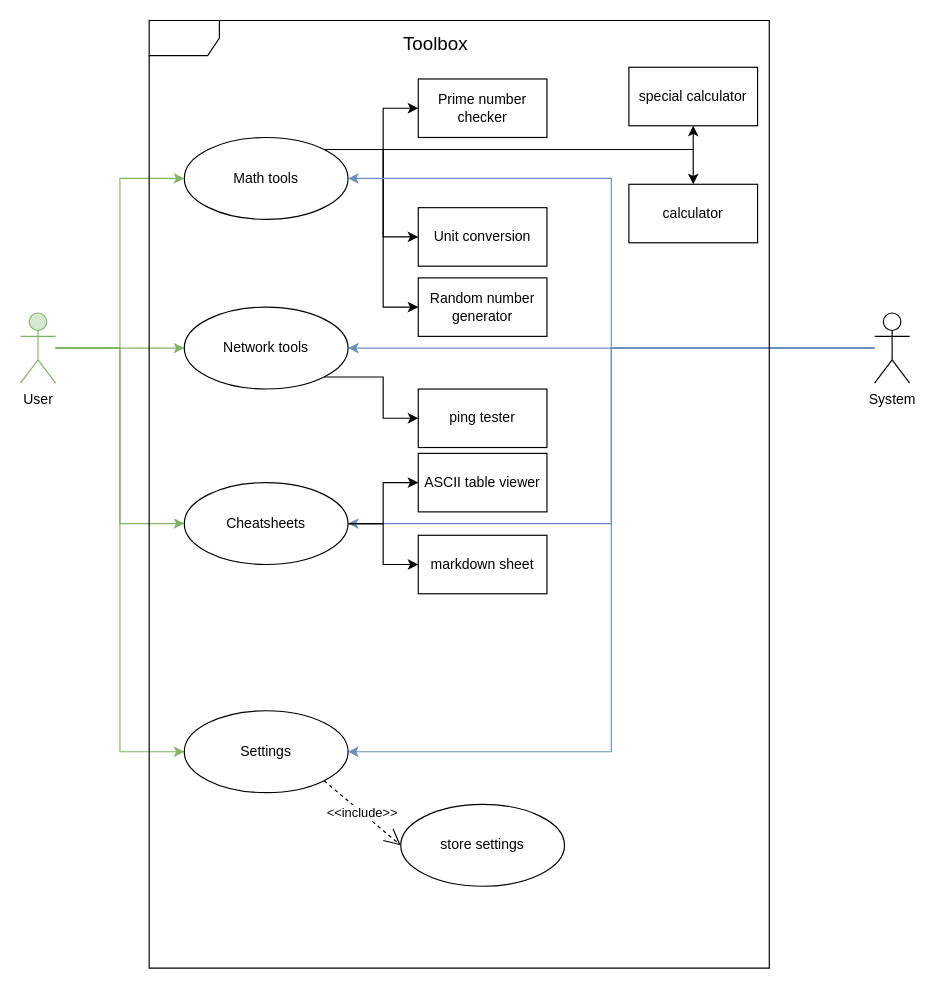
Before: Material/usecase-Toolbox.drawio in Lonimokio/Toolbox, a draw.io diagram. Source tidied: cells renumbered, new cells numbered last; positions are measured from the earlier drawing's top-left corner, leaving out a move shared by most shapes. Both pictures are drawn from the tidied source at 117%, with x=0, y=0 at pixel (20, 20).
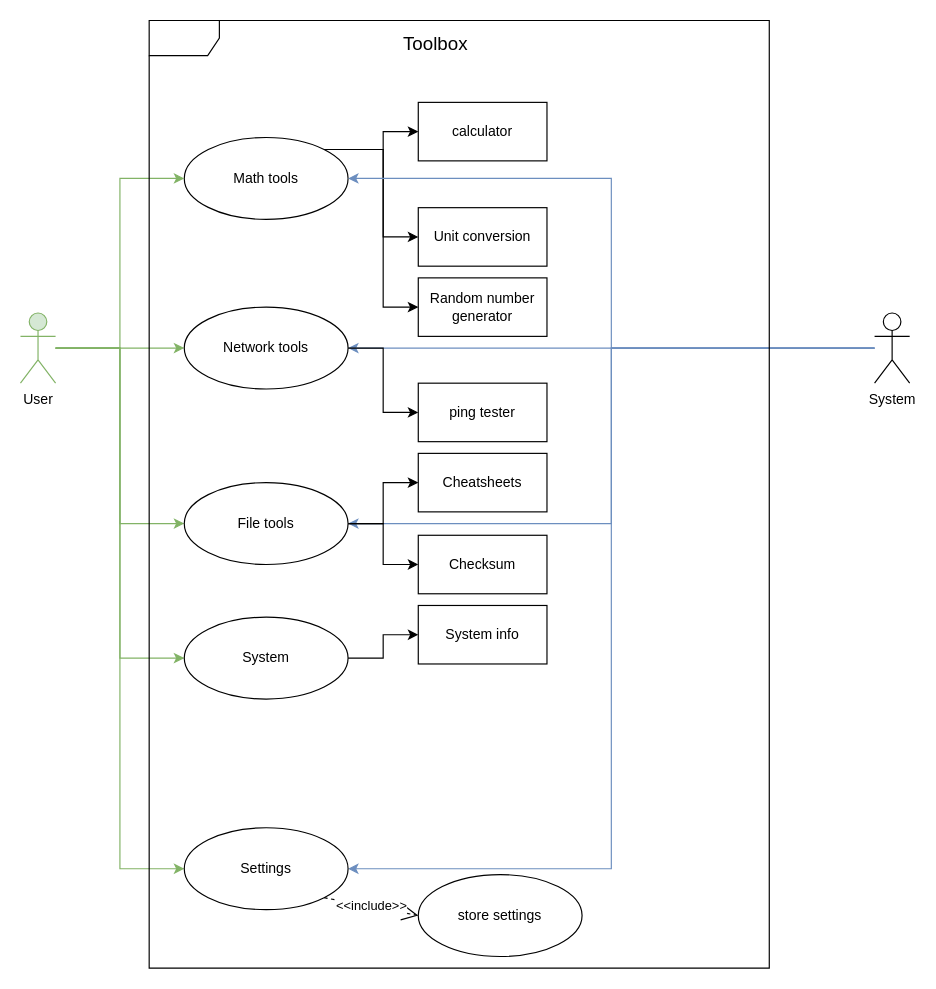
Above is the later version.

The change refers to these unchanged cells:
```xml
<mxCell id="5" value="User" style="shape=umlActor;verticalLabelPosition=bottom;verticalAlign=top;html=1;outlineConnect=0;fillColor=#d5e8d4;strokeColor=#82b366;" parent="1" vertex="1">
  <mxGeometry y="250" width="30" height="60" as="geometry" />
</mxCell>
<mxCell id="11" value="Math tools" style="ellipse;whiteSpace=wrap;html=1;" parent="1" vertex="1">
  <mxGeometry x="140" y="100" width="140" height="70" as="geometry" />
</mxCell>
<mxCell id="27" value="Network tools" style="ellipse;whiteSpace=wrap;html=1;" parent="1" vertex="1">
  <mxGeometry x="140" y="245" width="140" height="70" as="geometry" />
</mxCell>
```

The edit, as a diff of the source:
```diff
@@
+    <mxCell id="36" style="edgeStyle=orthogonalEdgeStyle;rounded=0;jettySize=auto;html=1;entryX=0;entryY=0.5;entryDx=0;entryDy=0;fillColor=#d5e8d4;strokeColor=#82b366;" parent="1" edge="1" source="5" target="38">
+      <mxGeometry relative="1" as="geometry" />
+    </mxCell>
@@
-    <mxCell id="7" style="edgeStyle=orthogonalEdgeStyle;rounded=0;jettySize=auto;html=1;exitX=1;exitY=0;exitDx=0;exitDy=0;" parent="1" edge="1" source="11" target="21">
-      <mxGeometry relative="1" as="geometry" />
-    </mxCell>
@@
-    <mxCell id="10" style="edgeStyle=orthogonalEdgeStyle;rounded=0;jettySize=auto;html=1;entryX=0;entryY=0.5;entryDx=0;entryDy=0;exitX=1;exitY=0;exitDx=0;exitDy=0;" parent="1" edge="1" source="11" target="34">
-      <mxGeometry relative="1" as="geometry" />
-    </mxCell>
@@
     <mxCell id="17" value="Settings" style="ellipse;whiteSpace=wrap;html=1;" parent="1" vertex="1">
-      <mxGeometry x="140" y="590" width="140" height="70" as="geometry" />
+      <mxGeometry x="140" y="690" width="140" height="70" as="geometry" />
     </mxCell>
@@
     <mxCell id="19" value="calculator" style="html=1;whiteSpace=wrap;" parent="1" vertex="1">
-      <mxGeometry x="520" y="140" width="110" height="50" as="geometry" />
+      <mxGeometry x="340" y="70" width="110" height="50" as="geometry" />
     </mxCell>
-    <mxCell id="20" style="edgeStyle=orthogonalEdgeStyle;rounded=0;jettySize=auto;html=1;exitX=1;exitY=0;exitDx=0;exitDy=0;entryX=0.5;entryY=0;entryDx=0;entryDy=0;" parent="1" edge="1" source="11" target="19">
+    <mxCell id="20" style="edgeStyle=orthogonalEdgeStyle;rounded=0;jettySize=auto;html=1;exitX=1;exitY=0;exitDx=0;exitDy=0;entryX=0;entryY=0.5;entryDx=0;entryDy=0;" parent="1" edge="1" source="11" target="19">
       <mxGeometry relative="1" as="geometry" />
     </mxCell>
-    <mxCell id="21" value="special calculator" style="html=1;whiteSpace=wrap;" parent="1" vertex="1">
-      <mxGeometry x="520" y="40" width="110" height="50" as="geometry" />
-    </mxCell>
@@
     <mxCell id="24" value="store settings" style="ellipse;whiteSpace=wrap;html=1;" parent="1" vertex="1">
-      <mxGeometry x="325" y="670" width="140" height="70" as="geometry" />
+      <mxGeometry x="340" y="730" width="140" height="70" as="geometry" />
     </mxCell>
@@
-    <mxCell id="26" style="edgeStyle=orthogonalEdgeStyle;rounded=0;jettySize=auto;html=1;entryX=0;entryY=0.5;entryDx=0;entryDy=0;exitX=1;exitY=1;exitDx=0;exitDy=0;" parent="1" edge="1" source="27" target="28">
+    <mxCell id="26" style="edgeStyle=orthogonalEdgeStyle;rounded=0;jettySize=auto;html=1;entryX=0;entryY=0.5;entryDx=0;entryDy=0;exitX=1;exitY=0.5;exitDx=0;exitDy=0;" parent="1" edge="1" source="27" target="28">
       <mxGeometry relative="1" as="geometry" />
     </mxCell>
@@
     <mxCell id="28" value="ping tester" style="html=1;whiteSpace=wrap;" parent="1" vertex="1">
-      <mxGeometry x="340" y="315" width="110" height="50" as="geometry" />
+      <mxGeometry x="340" y="310" width="110" height="50" as="geometry" />
     </mxCell>
@@
-    <mxCell id="32" value="Cheatsheets" style="ellipse;whiteSpace=wrap;html=1;" parent="1" vertex="1">
+    <mxCell id="32" value="File tools" style="ellipse;whiteSpace=wrap;html=1;" parent="1" vertex="1">
       <mxGeometry x="140" y="395" width="140" height="70" as="geometry" />
     </mxCell>
-    <mxCell id="33" value="ASCII table viewer" style="html=1;whiteSpace=wrap;" parent="1" vertex="1">
+    <mxCell id="33" value="Cheatsheets" style="html=1;whiteSpace=wrap;" parent="1" vertex="1">
       <mxGeometry x="340" y="370" width="110" height="50" as="geometry" />
     </mxCell>
-    <mxCell id="34" value="Prime number checker" style="html=1;whiteSpace=wrap;" parent="1" vertex="1">
-      <mxGeometry x="340" y="50" width="110" height="50" as="geometry" />
-    </mxCell>
-    <mxCell id="35" value="markdown sheet" style="html=1;whiteSpace=wrap;" parent="1" vertex="1">
+    <mxCell id="35" value="Checksum" style="html=1;whiteSpace=wrap;" parent="1" vertex="1">
       <mxGeometry x="340" y="440" width="110" height="50" as="geometry" />
     </mxCell>
+    <mxCell id="37" style="edgeStyle=orthogonalEdgeStyle;rounded=0;jettySize=auto;html=1;entryX=0;entryY=0.5;entryDx=0;entryDy=0;" parent="1" edge="1" source="38" target="39">
+      <mxGeometry relative="1" as="geometry" />
+    </mxCell>
+    <mxCell id="38" value="System" style="ellipse;whiteSpace=wrap;html=1;" parent="1" vertex="1">
+      <mxGeometry x="140" y="510" width="140" height="70" as="geometry" />
+    </mxCell>
+    <mxCell id="39" value="System info" style="html=1;whiteSpace=wrap;" parent="1" vertex="1">
+      <mxGeometry x="340" y="500" width="110" height="50" as="geometry" />
+    </mxCell>
```
